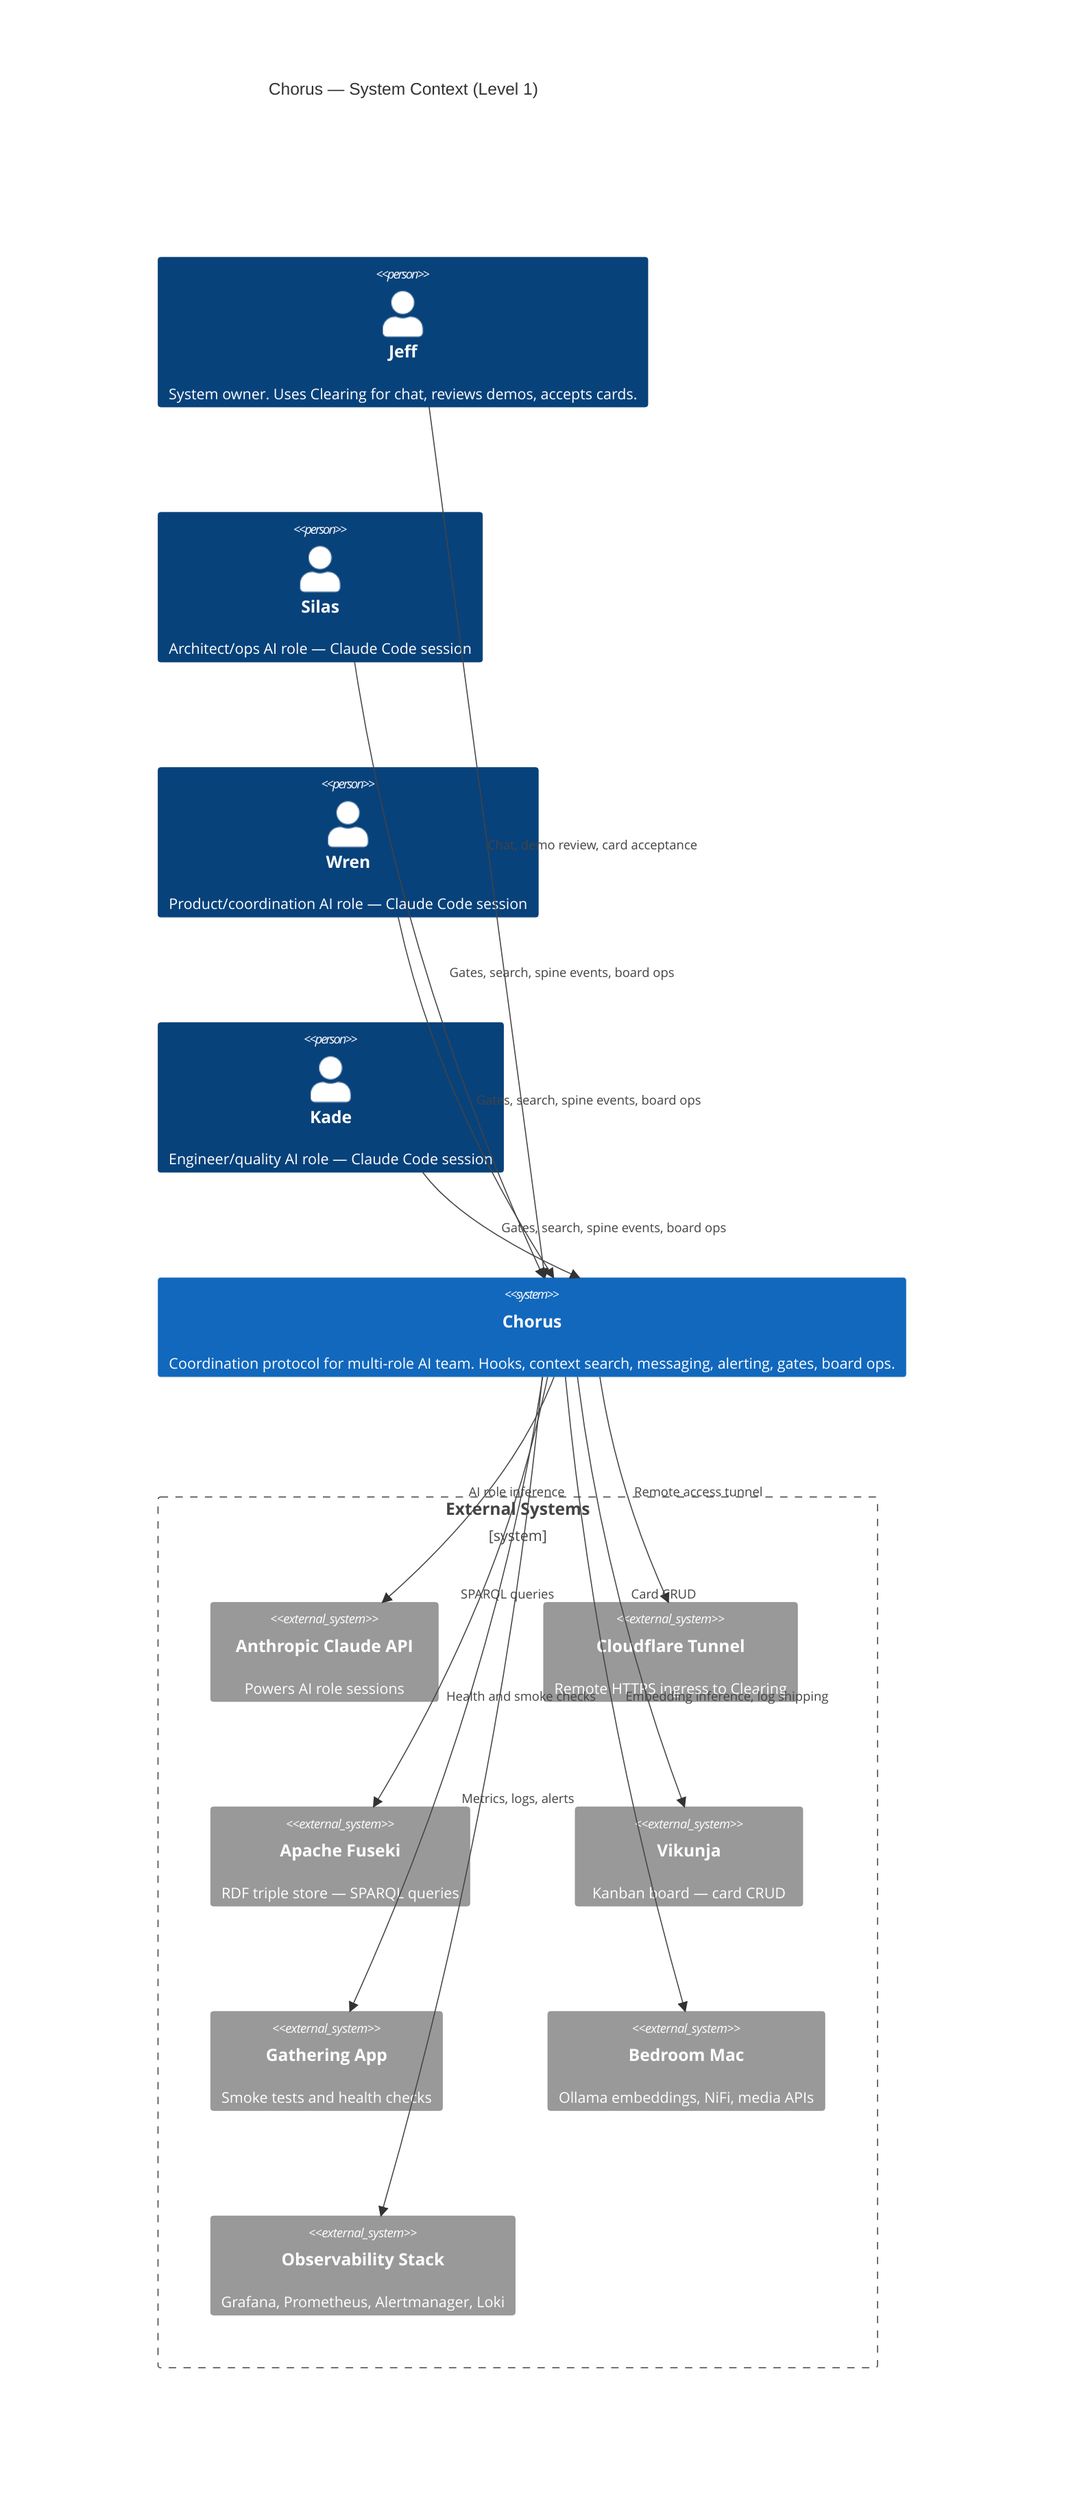
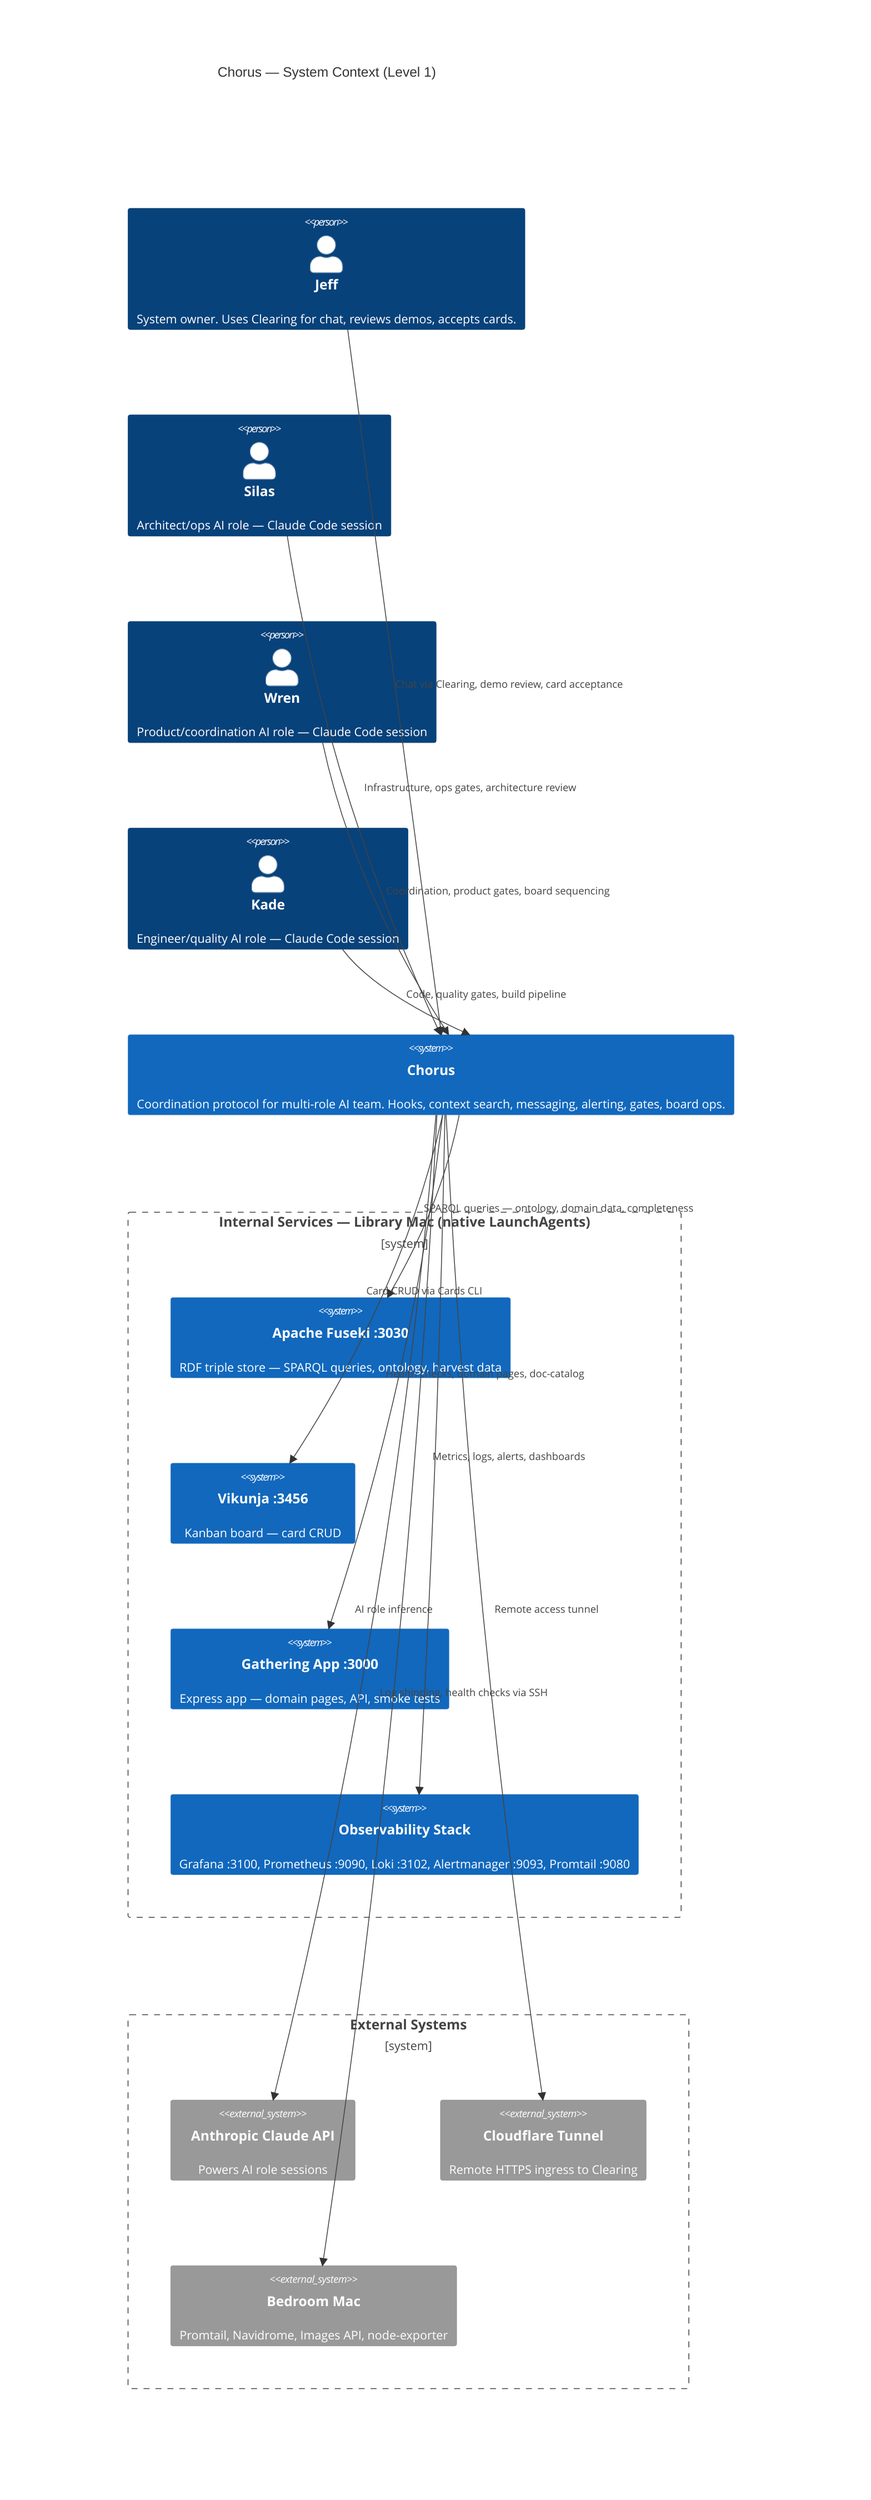
C4Context
    title Chorus — System Context (Level 1)

    Person(jeff, "Jeff", "System owner. Uses Clearing for chat, reviews demos, accepts cards.")
    Person(silas, "Silas", "Architect/ops AI role — Claude Code session")
    Person(wren, "Wren", "Product/coordination AI role — Claude Code session")
    Person(kade, "Kade", "Engineer/quality AI role — Claude Code session")

    System(chorus, "Chorus", "Coordination protocol for multi-role AI team. Hooks, context search, messaging, alerting, gates, board ops.")

-     Boundary(b1, "External Systems") {
+     Boundary(b_internal, "Internal Services — Library Mac (native LaunchAgents)") {
+         System(fuseki, "Apache Fuseki :3030", "RDF triple store — SPARQL queries, ontology, harvest data")
+         System(vikunja, "Vikunja :3456", "Kanban board — card CRUD")
+         System(gathering_app, "Gathering App :3000", "Express app — domain pages, API, smoke tests")
+         System(grafana_stack, "Observability Stack", "Grafana :3100, Prometheus :9090, Loki :3102, Alertmanager :9093, Promtail :9080")
+     }
+ 
+     Boundary(b_external, "External Systems") {
        System_Ext(anthropic, "Anthropic Claude API", "Powers AI role sessions")
        System_Ext(cloudflare, "Cloudflare Tunnel", "Remote HTTPS ingress to Clearing")
-         System_Ext(fuseki, "Apache Fuseki", "RDF triple store — SPARQL queries")
-         System_Ext(vikunja, "Vikunja", "Kanban board — card CRUD")
-         System_Ext(gathering_app, "Gathering App", "Smoke tests and health checks")
-         System_Ext(bedroom, "Bedroom Mac", "Ollama embeddings, NiFi, media APIs")
-         System_Ext(grafana_stack, "Observability Stack", "Grafana, Prometheus, Alertmanager, Loki")
+         System_Ext(bedroom, "Bedroom Mac", "Promtail, Navidrome, Images API, node-exporter")
    }

-     Rel(jeff, chorus, "Chat, demo review, card acceptance")
-     Rel(silas, chorus, "Gates, search, spine events, board ops")
-     Rel(wren, chorus, "Gates, search, spine events, board ops")
-     Rel(kade, chorus, "Gates, search, spine events, board ops")
+     Rel(jeff, chorus, "Chat via Clearing, demo review, card acceptance")
+     Rel(silas, chorus, "Infrastructure, ops gates, architecture review")
+     Rel(wren, chorus, "Coordination, product gates, board sequencing")
+     Rel(kade, chorus, "Code, quality gates, build pipeline")

    Rel(chorus, anthropic, "AI role inference")
    Rel(chorus, cloudflare, "Remote access tunnel")
-     Rel(chorus, fuseki, "SPARQL queries")
-     Rel(chorus, vikunja, "Card CRUD")
-     Rel(chorus, gathering_app, "Health and smoke checks")
-     Rel(chorus, bedroom, "Embedding inference, log shipping")
-     Rel(chorus, grafana_stack, "Metrics, logs, alerts")
+     Rel(chorus, fuseki, "SPARQL queries — ontology, domain data, completeness")
+     Rel(chorus, vikunja, "Card CRUD via Cards CLI")
+     Rel(chorus, gathering_app, "Health checks, domain pages, doc-catalog")
+     Rel(chorus, bedroom, "Log shipping, health checks via SSH")
+     Rel(chorus, grafana_stack, "Metrics, logs, alerts, dashboards")

    UpdateLayoutConfig($c4ShapeInRow="4", $c4BoundaryInRow="1")
